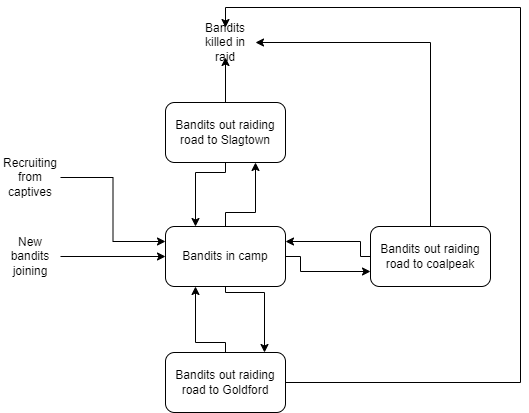
The draw.io diagram Flowchart/BanditFlow.drawio.png in FunkMarvel/Comp-4-SST, before a commit. Source tidied: cells renumbered, new cells last; positions are measured from the earlier drawing's top-left corner, leaving out a move shared by most shapes.
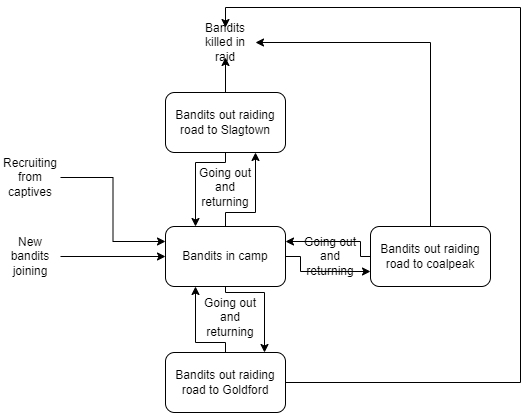
After the commit.

The edit, as a diff of the source:
```diff
@@ -32,8 +32,8 @@
     <mxCell id="6" style="edgeStyle=orthogonalEdgeStyle;rounded=0;jettySize=auto;html=1;entryX=0.25;entryY=0;entryDx=0;entryDy=0;" parent="1" edge="1" source="8" target="5">
       <mxGeometry relative="1" as="geometry">
         <Array as="points">
-          <mxPoint x="225" y="165" />
-          <mxPoint x="195" y="165" />
+          <mxPoint x="225" y="155" />
+          <mxPoint x="195" y="155" />
         </Array>
       </mxGeometry>
     </mxCell>
@@ -41,7 +41,7 @@
       <mxGeometry relative="1" as="geometry" />
     </mxCell>
     <mxCell id="8" value="Bandits out raiding road to Slagtown" style="rounded=1;whiteSpace=wrap;html=1;" parent="1" vertex="1">
-      <mxGeometry x="165" y="95" width="120" height="60" as="geometry" />
+      <mxGeometry x="165" y="85" width="120" height="60" as="geometry" />
     </mxCell>
     <mxCell id="9" style="edgeStyle=orthogonalEdgeStyle;rounded=0;jettySize=auto;html=1;entryX=1;entryY=0.25;entryDx=0;entryDy=0;" parent="1" edge="1" source="11" target="5">
       <mxGeometry relative="1" as="geometry">
@@ -96,5 +96,14 @@
     <mxCell id="19" value="Bandits killed in raid" style="text;html=1;strokeColor=none;fillColor=none;align=center;verticalAlign=middle;whiteSpace=wrap;rounded=0;" parent="1" vertex="1">
       <mxGeometry x="195" y="20" width="60" height="30" as="geometry" />
     </mxCell>
+    <mxCell id="20" value="Going out and returning" style="text;html=1;strokeColor=none;fillColor=none;align=center;verticalAlign=middle;whiteSpace=wrap;rounded=0;" parent="1" vertex="1">
+      <mxGeometry x="200" y="295" width="60" height="30" as="geometry" />
+    </mxCell>
+    <mxCell id="21" value="Going out and returning" style="text;html=1;strokeColor=none;fillColor=none;align=center;verticalAlign=middle;whiteSpace=wrap;rounded=0;" parent="1" vertex="1">
+      <mxGeometry x="195" y="165" width="60" height="30" as="geometry" />
+    </mxCell>
+    <mxCell id="22" value="Going out and returning" style="text;html=1;strokeColor=none;fillColor=none;align=center;verticalAlign=middle;whiteSpace=wrap;rounded=0;" parent="1" vertex="1">
+      <mxGeometry x="300" y="234" width="60" height="30" as="geometry" />
+    </mxCell>
   </root>
 </mxGraphModel>
```
